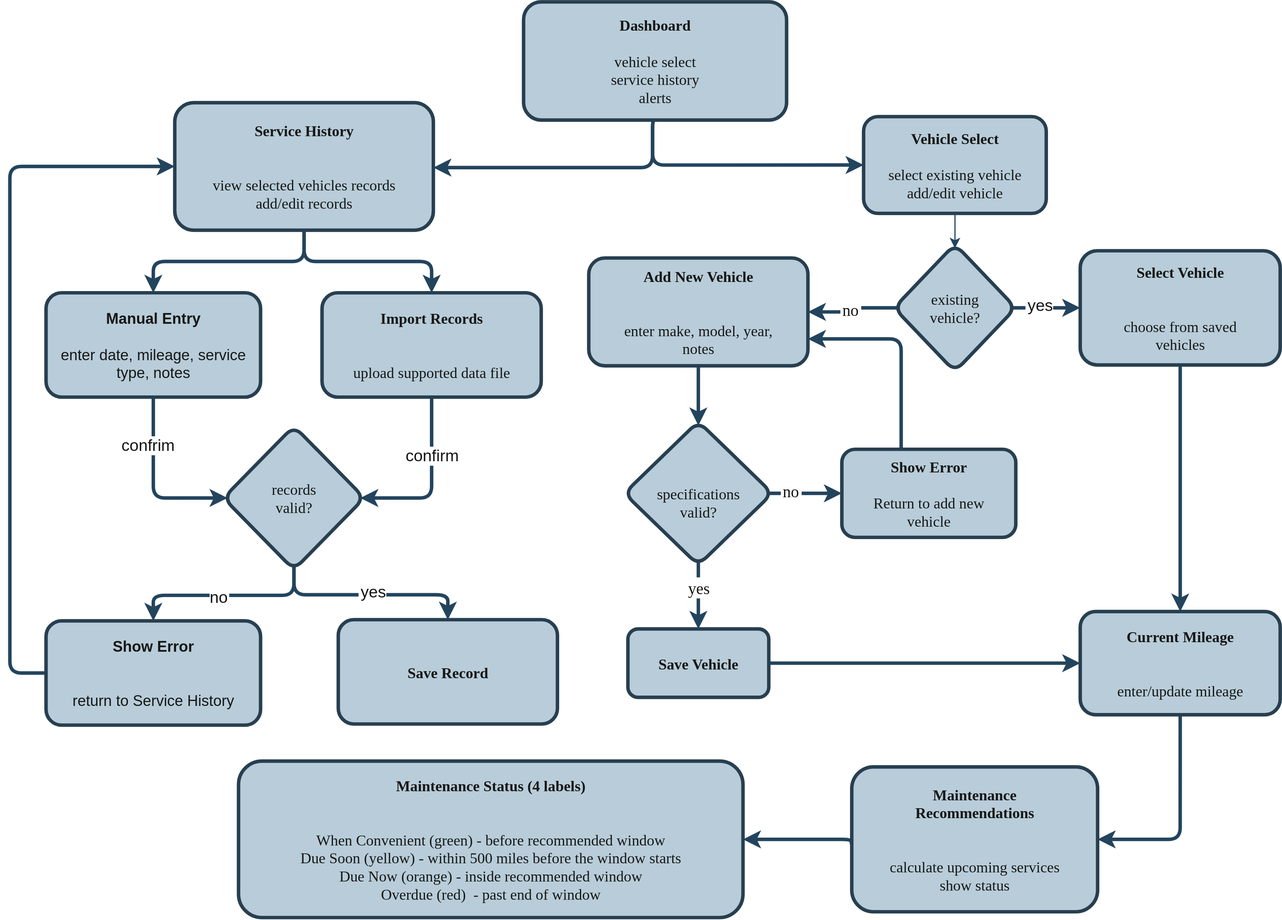
TylerWard741/CPSC490-G09-SigmaSquad keeps this draw.io diagram as docs/design/diagrams/screen-flow.drawio.svg. Above is the earlier version. Source tidied: cells renumbered, new cells last; positions are measured from the earlier drawing's top-left corner, leaving out a move shared by most shapes.
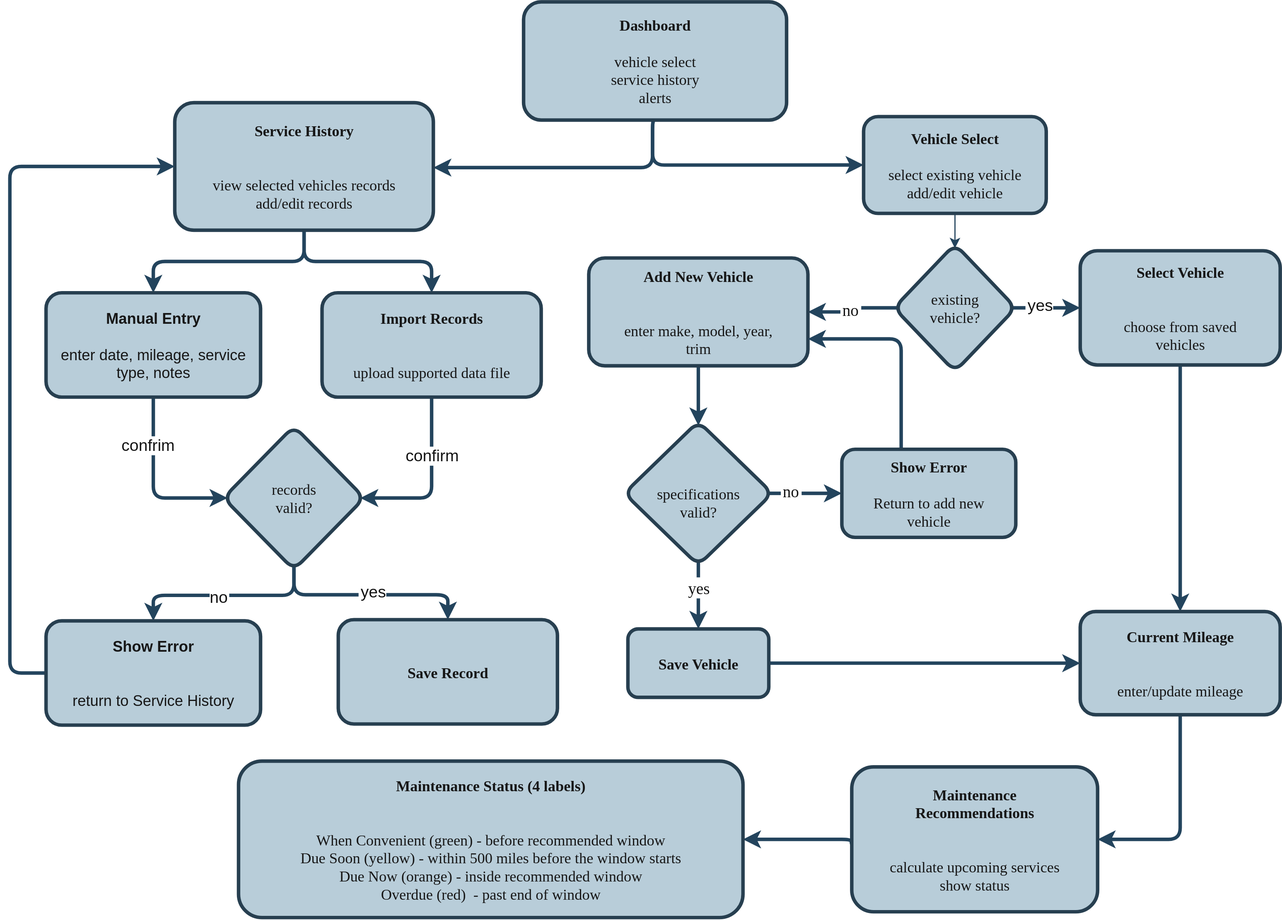
The same file after the commit.

Diff of the diagram source:
```diff
@@ -51,7 +51,7 @@
     <mxCell id="14" style="edgeStyle=orthogonalEdgeStyle;rounded=1;jettySize=auto;html=1;entryX=0.5;entryY=0;entryDx=0;entryDy=0;defaultLabelBackgroundColor=page;fontSize=13;fontFamily=Verdana;textShadow=0;labelBorderColor=none;fontColor=default;strokeColor=light-dark(#23445D, #273f50);strokeWidth=3;convertToSvg=1;" parent="1" edge="1" source="15" target="20">
       <mxGeometry relative="1" as="geometry" />
     </mxCell>
-    <mxCell id="15" value="&lt;b&gt;Add New Vehicle&lt;/b&gt;&lt;div&gt;&lt;br&gt;&lt;/div&gt;&lt;div&gt;enter make, model, year, notes&lt;/div&gt;" style="rounded=1;whiteSpace=wrap;labelBackgroundColor=none;convertToSvg=1;svgWhiteSpace=wrap;html=1;fontSize=13;fontFamily=Verdana;textShadow=0;labelBorderColor=none;fillColor=light-dark(#B8CDD9,#B8CDD9);strokeColor=light-dark(#273F50,#273F50);roundedPerimeter=1;strokeWidth=3;fontColor=light-dark(#171717,#171717);gradientColor=none;" parent="1" vertex="1">
+    <mxCell id="15" value="&lt;b&gt;Add New Vehicle&lt;/b&gt;&lt;div&gt;&lt;br&gt;&lt;/div&gt;&lt;div&gt;enter make, model, year, trim&lt;/div&gt;" style="rounded=1;whiteSpace=wrap;labelBackgroundColor=none;convertToSvg=1;svgWhiteSpace=wrap;html=1;fontSize=13;fontFamily=Verdana;textShadow=0;labelBorderColor=none;fillColor=light-dark(#B8CDD9,#B8CDD9);strokeColor=light-dark(#273F50,#273F50);roundedPerimeter=1;strokeWidth=3;fontColor=light-dark(#171717,#171717);gradientColor=none;" parent="1" vertex="1">
       <mxGeometry x="499.2" y="221" width="189" height="93" as="geometry" />
     </mxCell>
     <mxCell id="16" style="edgeStyle=orthogonalEdgeStyle;rounded=0;jettySize=auto;html=1;entryX=0.5;entryY=0;entryDx=0;entryDy=0;defaultLabelBackgroundColor=page;fontSize=13;fontFamily=Helvetica;textShadow=0;fontColor=default;strokeColor=light-dark(#23445D, #273f50);convertToSvg=1;strokeWidth=3;align=center;verticalAlign=middle;labelBackgroundColor=default;endArrow=classic;" parent="1" edge="1" source="20" target="22">
```
